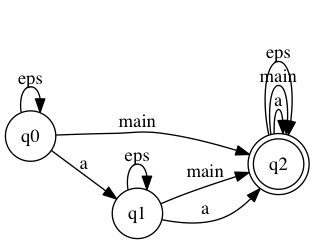
This is complement.dot.png from sdierauf/automata-and-languages-lab2, a Graphviz export, as it was before one commit. Its source is kept beside it as complement.dot. The source it was exported from:
```dot
digraph finite_state_machine {
	rankdir=LR;
	node [shape = doublecircle]; q2
	 node [shape = circle];
	q0 -> q0 [ label = "eps"];
	q0 -> q1 [ label = "a"];
	q0 -> q2 [ label = "main"];
	q1 -> q2 [ label = "main"];
	q1 -> q2 [ label = "a"];
	q2 -> q2 [ label = "a"];
	q2 -> q2 [ label = "main"];
	q2 -> q2 [ label = "eps"];
	q1 -> q1 [ label = "eps"];
}
```
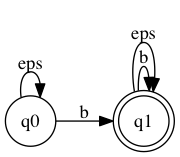
After the change.

Change to the diagram source:
```diff
@@ -1,14 +1,9 @@
 digraph finite_state_machine {
 	rankdir=LR;
-	node [shape = doublecircle]; q2
+	node [shape = doublecircle]; q1
 	 node [shape = circle];
 	q0 -> q0 [ label = "eps"];
-	q0 -> q1 [ label = "a"];
-	q0 -> q2 [ label = "main"];
-	q1 -> q2 [ label = "main"];
-	q1 -> q2 [ label = "a"];
-	q2 -> q2 [ label = "a"];
-	q2 -> q2 [ label = "main"];
-	q2 -> q2 [ label = "eps"];
+	q0 -> q1 [ label = "b"];
+	q1 -> q1 [ label = "b"];
 	q1 -> q1 [ label = "eps"];
 }
```
